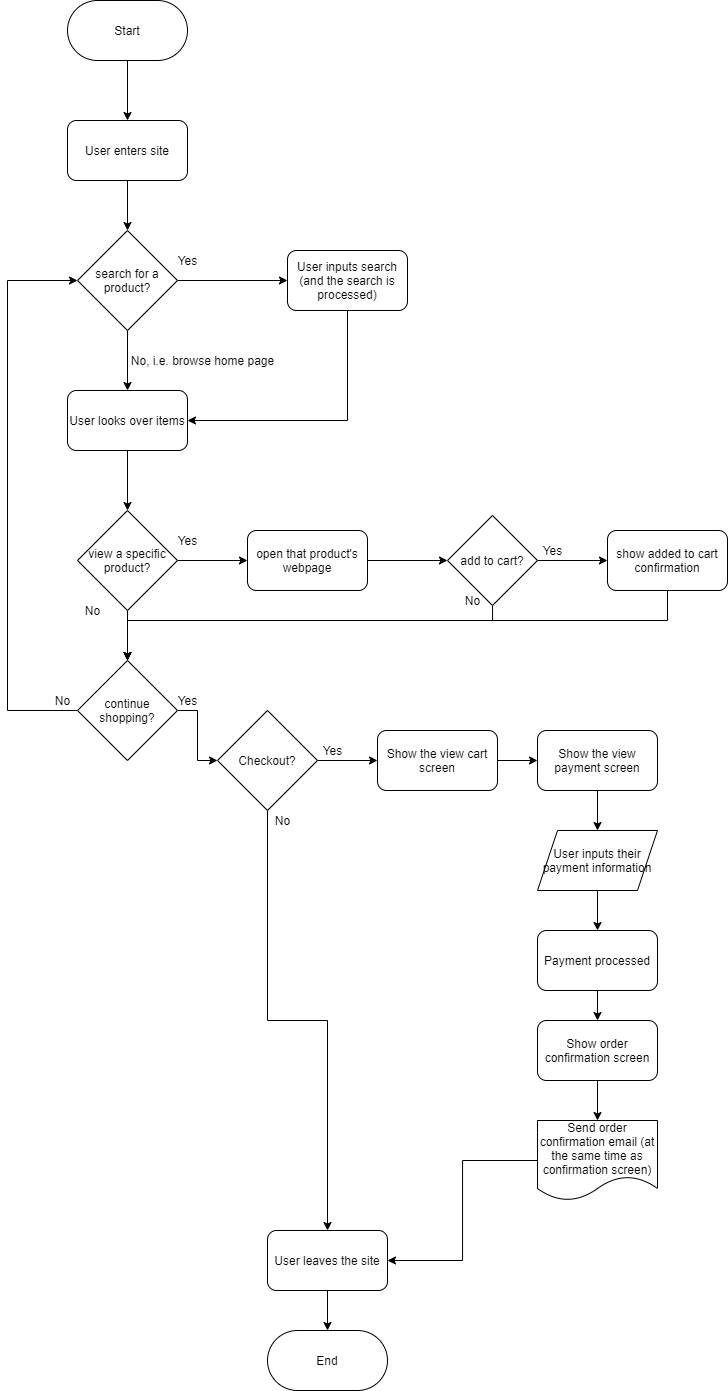
Earlier version of the draw.io export explore/diagramming/diagram.drawio.png (ArturoAmaya/fa21-cse110-lab4). Source tidied: cells renumbered, new cells last; positions are measured from the earlier drawing's top-left corner, leaving out a move shared by most shapes.
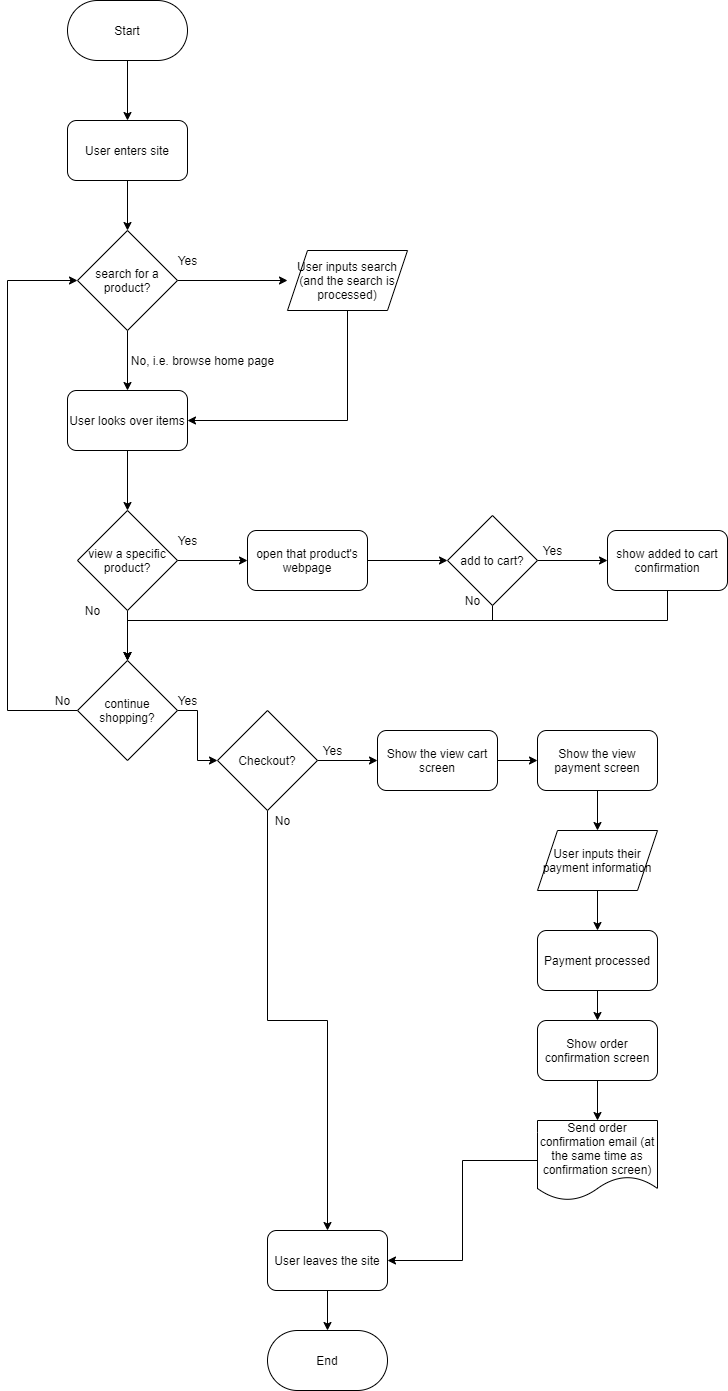
Later version of the same file.

What changed in the source:
```diff
@@ -14,8 +14,10 @@
     <mxCell id="5" value="User enters site" style="rounded=1;whiteSpace=wrap;html=1;" parent="1" vertex="1">
       <mxGeometry x="60" y="120" width="120" height="60" as="geometry" />
     </mxCell>
-    <mxCell id="6" style="edgeStyle=orthogonalEdgeStyle;rounded=0;jettySize=auto;html=1;exitX=1;exitY=0.5;exitDx=0;exitDy=0;entryX=0;entryY=0.5;entryDx=0;entryDy=0;" parent="1" edge="1" source="8" target="10">
-      <mxGeometry relative="1" as="geometry" />
+    <mxCell id="6" style="edgeStyle=orthogonalEdgeStyle;rounded=0;jettySize=auto;html=1;exitX=1;exitY=0.5;exitDx=0;exitDy=0;entryX=0;entryY=0.5;entryDx=0;entryDy=0;" parent="1" edge="1" source="8">
+      <mxGeometry relative="1" as="geometry">
+        <mxPoint x="280" y="280" as="targetPoint" />
+      </mxGeometry>
     </mxCell>
     <mxCell id="7" style="edgeStyle=orthogonalEdgeStyle;rounded=0;jettySize=auto;html=1;exitX=0.5;exitY=1;exitDx=0;exitDy=0;entryX=0.5;entryY=0;entryDx=0;entryDy=0;" parent="1" edge="1" source="8" target="12">
       <mxGeometry relative="1" as="geometry" />
@@ -23,12 +25,14 @@
     <mxCell id="8" value="search for a product?" style="rhombus;whiteSpace=wrap;html=1;" parent="1" vertex="1">
       <mxGeometry x="70" y="230" width="100" height="100" as="geometry" />
     </mxCell>
-    <mxCell id="9" style="edgeStyle=orthogonalEdgeStyle;rounded=0;jettySize=auto;html=1;exitX=0.5;exitY=1;exitDx=0;exitDy=0;entryX=1;entryY=0.5;entryDx=0;entryDy=0;" parent="1" edge="1" source="10" target="12">
-      <mxGeometry relative="1" as="geometry" />
+    <mxCell id="9" style="edgeStyle=orthogonalEdgeStyle;rounded=0;jettySize=auto;html=1;exitX=0.5;exitY=1;exitDx=0;exitDy=0;entryX=1;entryY=0.5;entryDx=0;entryDy=0;" parent="1" edge="1" target="12">
+      <mxGeometry relative="1" as="geometry">
+        <mxPoint x="340" y="310" as="sourcePoint" />
+        <Array as="points">
+          <mxPoint x="340" y="420" />
+        </Array>
+      </mxGeometry>
     </mxCell>
-    <mxCell id="10" value="User inputs search&lt;br&gt;(and the search is processed)" style="rounded=1;whiteSpace=wrap;html=1;" parent="1" vertex="1">
-      <mxGeometry x="280" y="250" width="120" height="60" as="geometry" />
-    </mxCell>
     <mxCell id="11" style="edgeStyle=orthogonalEdgeStyle;rounded=0;jettySize=auto;html=1;entryX=0.5;entryY=0;entryDx=0;entryDy=0;" parent="1" edge="1" source="12" target="15">
       <mxGeometry relative="1" as="geometry" />
     </mxCell>
@@ -173,5 +177,8 @@
     <mxCell id="53" value="No" style="text;html=1;align=center;verticalAlign=middle;strokeColor=none;" parent="1" vertex="1">
       <mxGeometry x="260" y="810" width="30" height="20" as="geometry" />
     </mxCell>
+    <mxCell id="10" value="&lt;span&gt;User inputs search&lt;/span&gt;&lt;br&gt;&lt;span&gt;(and the search is processed)&lt;/span&gt;" style="shape=parallelogram;perimeter=parallelogramPerimeter;whiteSpace=wrap;html=1;fixedSize=1;" parent="1" vertex="1">
+      <mxGeometry x="280" y="250" width="120" height="60" as="geometry" />
+    </mxCell>
   </root>
 </mxGraphModel>
```
